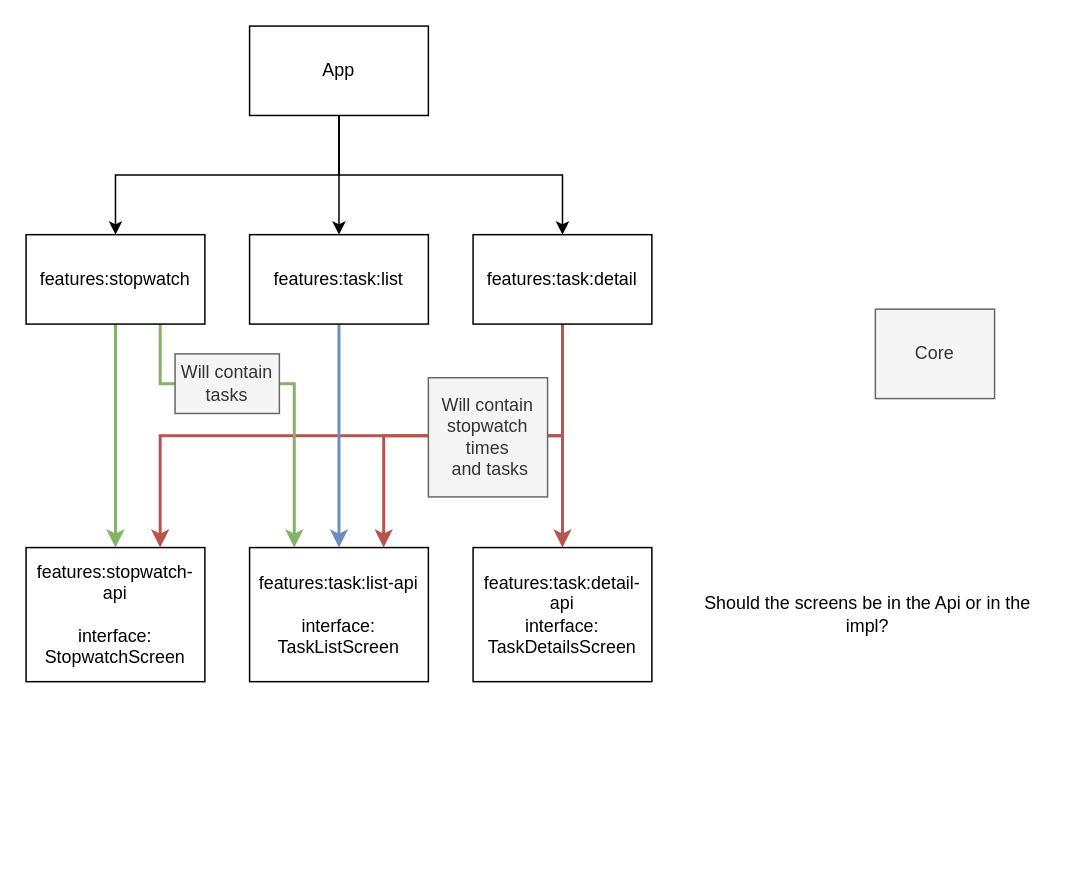
Before: assets/modules.drawio in AKJAW/Timi-Multiplatform, a draw.io diagram. Source tidied: cells renumbered, new cells numbered last; positions are measured from the earlier drawing's top-left corner, leaving out a move shared by most shapes. Both pictures are drawn from the tidied source at 149%, with x=0, y=0 at pixel (25, 25).
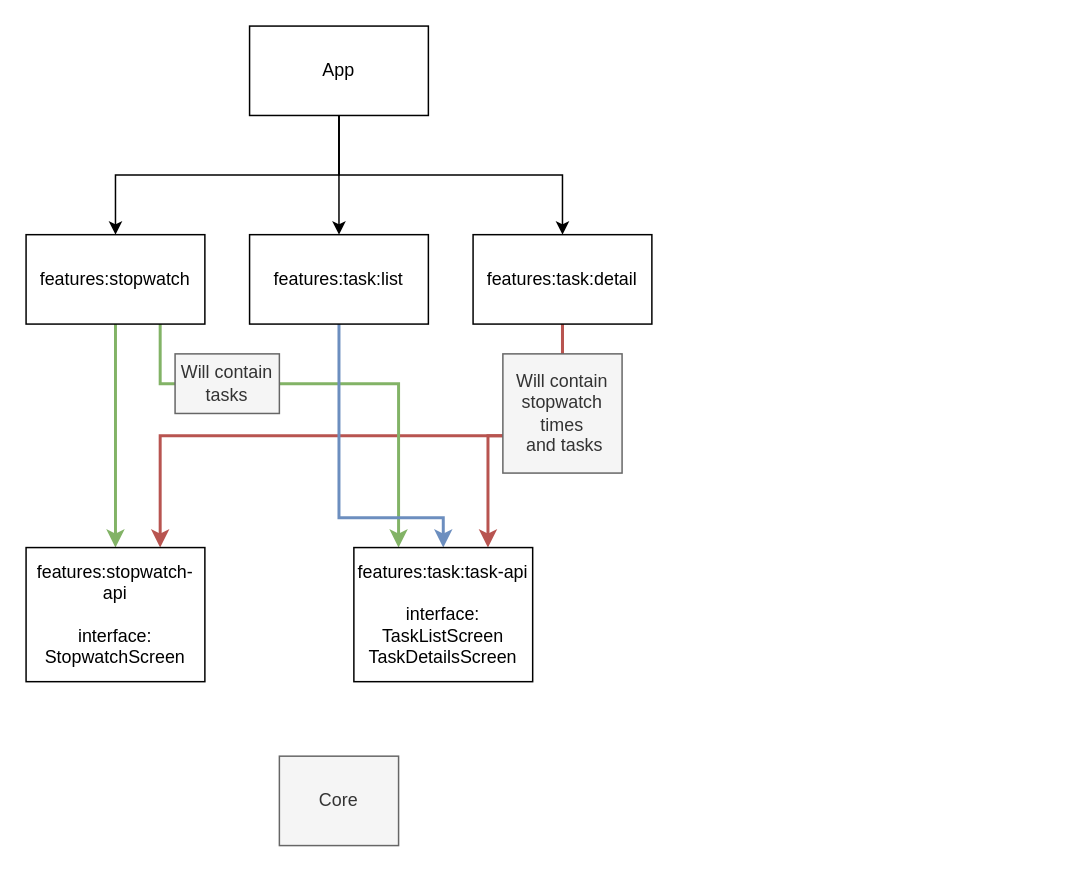
The same page after the edit.

Commit message (it also covers changes not shown here):
Update module diagram assets

Unchanged cells that the change refers to:
```xml
<mxCell id="9" value="&lt;div&gt;features:stopwatch&lt;/div&gt;" style="rounded=0;whiteSpace=wrap;html=1;" parent="1" vertex="1">
  <mxGeometry y="140" width="120" height="60" as="geometry" />
</mxCell>
<mxCell id="11" value="&lt;div&gt;features:task:list&lt;/div&gt;" style="rounded=0;whiteSpace=wrap;html=1;" parent="1" vertex="1">
  <mxGeometry x="150" y="140" width="120" height="60" as="geometry" />
</mxCell>
<mxCell id="14" value="&lt;div&gt;features:task:detail&lt;/div&gt;" style="rounded=0;whiteSpace=wrap;html=1;" parent="1" vertex="1">
  <mxGeometry x="300" y="140" width="120" height="60" as="geometry" />
</mxCell>
```

The edit, as a diff of the source:
```diff
@@
     <mxCell id="8" style="edgeStyle=orthogonalEdgeStyle;rounded=0;jettySize=auto;html=1;exitX=0.75;exitY=1;exitDx=0;exitDy=0;entryX=0.25;entryY=0;entryDx=0;entryDy=0;fillColor=#d5e8d4;strokeColor=#82b366;strokeWidth=2;" parent="1" edge="1" source="9" target="17">
       <mxGeometry relative="1" as="geometry">
         <Array as="points">
           <mxPoint x="90" y="240" />
-          <mxPoint x="180" y="240" />
+          <mxPoint x="250" y="240" />
         </Array>
       </mxGeometry>
     </mxCell>
@@
     <mxCell id="10" style="edgeStyle=orthogonalEdgeStyle;rounded=0;jettySize=auto;html=1;exitX=0.5;exitY=1;exitDx=0;exitDy=0;entryX=0.5;entryY=0;entryDx=0;entryDy=0;fillColor=#dae8fc;strokeColor=#6c8ebf;strokeWidth=2;" parent="1" edge="1" source="11" target="17">
-      <mxGeometry relative="1" as="geometry" />
+      <mxGeometry relative="1" as="geometry">
+        <Array as="points">
+          <mxPoint x="210" y="330" />
+          <mxPoint x="280" y="330" />
+        </Array>
+      </mxGeometry>
     </mxCell>
@@
-    <mxCell id="12" style="edgeStyle=orthogonalEdgeStyle;rounded=0;jettySize=auto;html=1;exitX=0.5;exitY=1;exitDx=0;exitDy=0;fillColor=#f8cecc;strokeColor=#b85450;strokeWidth=2;" parent="1" edge="1" source="14" target="18">
-      <mxGeometry relative="1" as="geometry" />
-    </mxCell>
@@
     <mxCell id="15" value="&lt;div&gt;Core&lt;/div&gt;" style="rounded=0;whiteSpace=wrap;html=1;fillColor=#f5f5f5;strokeColor=#666666;fontColor=#333333;" parent="1" vertex="1">
-      <mxGeometry x="570" y="190" width="80" height="60" as="geometry" />
+      <mxGeometry x="170" y="490" width="80" height="60" as="geometry" />
     </mxCell>
@@
-    <mxCell id="17" value="&lt;div&gt;features:task:list-api&lt;/div&gt;&lt;div&gt;&lt;br&gt;&lt;/div&gt;&lt;div&gt;&lt;div&gt;interface: TaskListScreen&lt;/div&gt;&lt;/div&gt;" style="rounded=0;whiteSpace=wrap;html=1;" parent="1" vertex="1">
-      <mxGeometry x="150" y="350" width="120" height="90" as="geometry" />
+    <mxCell id="17" value="&lt;div&gt;features:task:task-api&lt;/div&gt;&lt;div&gt;&lt;br&gt;&lt;/div&gt;&lt;div&gt;&lt;div&gt;interface: TaskListScreen&lt;/div&gt;&lt;/div&gt;&lt;div&gt;TaskDetailsScreen&lt;/div&gt;" style="rounded=0;whiteSpace=wrap;html=1;" parent="1" vertex="1">
+      <mxGeometry x="220" y="350" width="120" height="90" as="geometry" />
     </mxCell>
-    <mxCell id="18" value="&lt;div&gt;features:task:detail-api&lt;/div&gt;&lt;div&gt;&lt;div&gt;interface: TaskDetailsScreen&lt;/div&gt;&lt;/div&gt;" style="rounded=0;whiteSpace=wrap;html=1;" parent="1" vertex="1">
-      <mxGeometry x="300" y="350" width="120" height="90" as="geometry" />
-    </mxCell>
     <mxCell id="19" value="&lt;div&gt;Will contain stopwatch times&lt;/div&gt;&amp;nbsp;and tasks" style="text;html=1;align=center;verticalAlign=middle;whiteSpace=wrap;rounded=0;fillColor=#f5f5f5;strokeColor=#666666;fontColor=#333333;" parent="1" vertex="1">
-      <mxGeometry x="270" y="236" width="80" height="80" as="geometry" />
+      <mxGeometry x="320" y="220" width="80" height="80" as="geometry" />
     </mxCell>
@@
-    <mxCell id="21" value="&lt;div&gt;Should the screens be in the Api or in the impl?&lt;/div&gt;" style="text;html=1;strokeColor=none;fillColor=none;align=center;verticalAlign=middle;whiteSpace=wrap;rounded=0;" parent="1" vertex="1">
-      <mxGeometry x="450" y="357.5" width="230" height="75" as="geometry" />
-    </mxCell>
```
